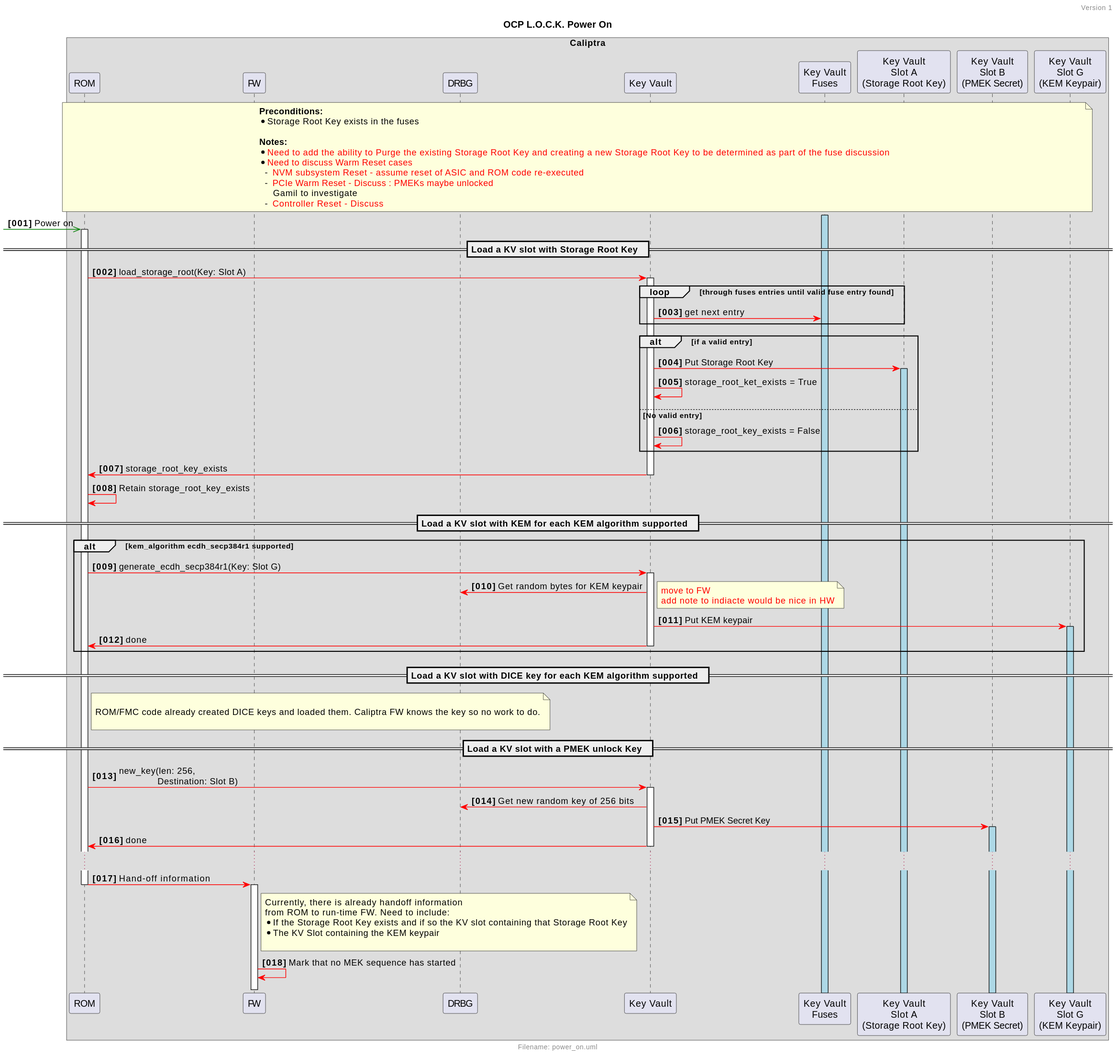
This is doc/ocp_lock/diagrams/power_on.svg from chipsalliance/Caliptra, a PlantUML export, as it was before one commit.
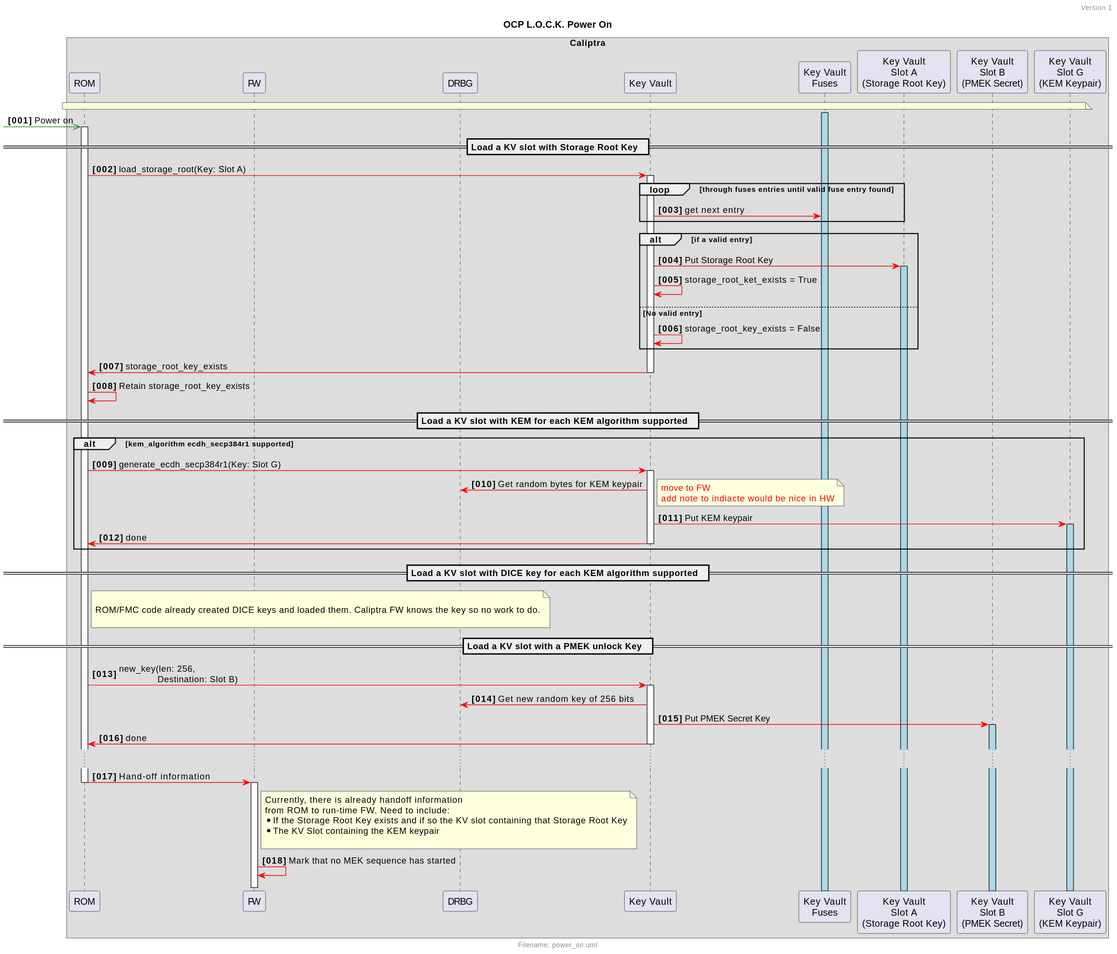
The same file after the commit.

Diff of the diagram source:
```diff
@@ -1,22 +1,5 @@
 @startuml
 !include ocp_lock_utils.inc
-
-!$show_all = %true()
-
-!if ($show_all)
-    !$show_precond = %true()
-    !$show_title = %true()
-    !$show_api = %true()
-    !$show_msg_parsing = %true()
-    !$show_done = %true()
-!else
-    !$show_precond = %false()
-    !$show_title = %false()
-    !$show_api = %false()
-    !$show_msg_parsing = %false()
-    !$show_done = %false()
-!endif
-
 
 !$SHOW_LOAD_KEY = 0
 
@@ -27,16 +10,7 @@
 
 !if ($show_precond)
     note across
-        <b>Preconditions:</b>
-        * Storage Root Key exists in the fuses
 
-        <b>Notes:</b>
-        * <font color=red>Need to add the ability to Purge the existing Storage Root Key and creating a new Storage Root Key to be determined as part of the fuse discussion
-        * <font color=red>Need to discuss Warm Reset cases
-          - <font color=red>NVM subsystem Reset - assume reset of ASIC and ROM code re-executed
-          - <font color=red>PCIe Warm Reset - Discuss : PMEKs maybe unlocked
-             Gamil to investigate
-          - <font color=red>Controller Reset - Discuss
     end note
 !endif
 
```
